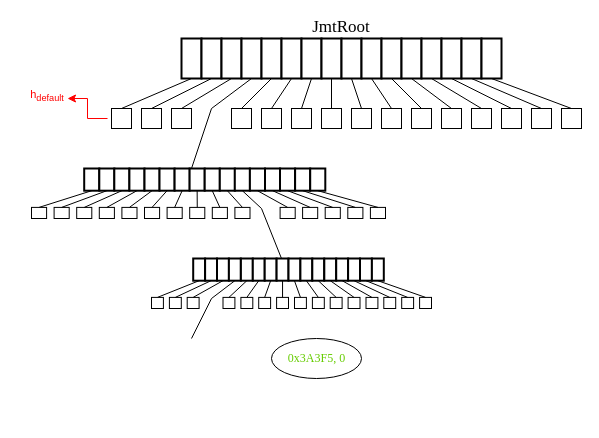
This is JMT.drawio from pietro-celati/Jellyfish-Merkle-Tree, a draw.io file, before an edit. Source tidied: cells renumbered, new cells numbered last; positions are measured from the earlier drawing's top-left corner, leaving out a move shared by most shapes. Both pictures are drawn from the tidied source at 100%, with x=0, y=0 at pixel (17, 17).
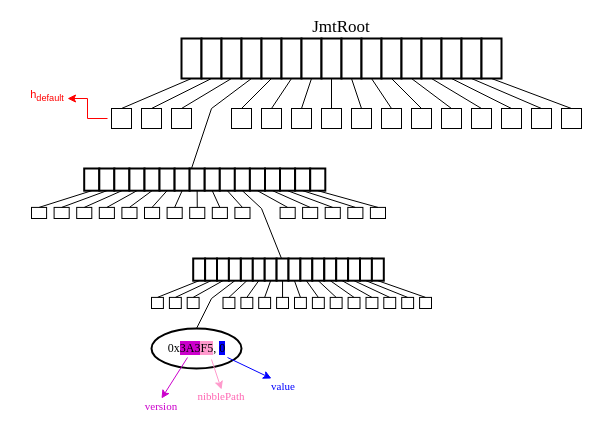
The same page after the edit.

The change refers to these unchanged cells:
```xml
<mxCell id="103" style="group;" parent="1" vertex="1">
  <mxGeometry x="134" y="241" width="280" height="50" as="geometry" />
</mxCell>
<mxCell id="108" style="rounded=0;whiteSpace=wrap;html=1;strokeWidth=2;" parent="104" vertex="1">
  <mxGeometry x="35.7" width="11.9" height="22.2" as="geometry" />
</mxCell>
```

Change to the diagram source:
```diff
@@
-    <mxCell id="127" style="endArrow=none;html=1;rounded=0;entryX=0.5;entryY=1;entryDx=0;entryDy=0;" parent="103" edge="1" target="108">
-      <mxGeometry relative="1" as="geometry">
-        <mxPoint x="40" y="80" as="sourcePoint" />
-        <Array as="points">
-          <mxPoint x="60" y="40" />
-        </Array>
-      </mxGeometry>
-    </mxCell>
@@
+    <mxCell id="127" style="endArrow=none;html=1;rounded=0;entryX=0.5;entryY=1;entryDx=0;entryDy=0;exitX=0.5;exitY=0;exitDx=0;exitDy=0;" parent="1" edge="1" source="152" target="108">
+      <mxGeometry relative="1" as="geometry">
+        <Array as="points">
+          <mxPoint x="194" y="281" />
+        </Array>
+      </mxGeometry>
+    </mxCell>
+    <mxCell id="154" style="group;" parent="1" vertex="1">
+      <mxGeometry x="134" y="311" width="90" height="40" as="geometry" />
+    </mxCell>
-    <mxCell id="152" style="ellipse;whiteSpace=wrap;html=1;" parent="1" vertex="1">
-      <mxGeometry x="254" y="321" width="90" height="40" as="geometry" />
+    <mxCell id="152" style="ellipse;whiteSpace=wrap;html=1;strokeWidth=2;" parent="154" vertex="1">
+      <mxGeometry width="90" height="40" as="geometry" />
     </mxCell>
-    <mxCell id="153" value="&lt;font face=&quot;Times New Roman&quot;&gt;0x3A3F5, 0&lt;/font&gt;" style="text;html=1;align=center;verticalAlign=middle;whiteSpace=wrap;rounded=0;fontColor=#66CC00;" parent="1" vertex="1">
-      <mxGeometry x="261.5" y="326" width="75" height="30" as="geometry" />
+    <mxCell id="153" value="&lt;font face=&quot;Times New Roman&quot;&gt;0x&lt;span style=&quot;background-color: rgb(204, 0, 204);&quot;&gt;3A3&lt;/span&gt;&lt;span style=&quot;background-color: rgb(255, 153, 204);&quot;&gt;F5&lt;/span&gt;, &lt;span style=&quot;background-color: rgb(0, 0, 255);&quot;&gt;0&lt;/span&gt;&lt;/font&gt;" style="text;html=1;align=center;verticalAlign=middle;whiteSpace=wrap;rounded=0;" parent="154" vertex="1">
+      <mxGeometry x="7.5" y="5" width="75" height="30" as="geometry" />
     </mxCell>
+    <mxCell id="155" style="endArrow=classic;html=1;rounded=0;strokeColor=#CC00CC;" parent="1" edge="1">
+      <mxGeometry relative="1" as="geometry">
+        <mxPoint x="170" y="340" as="sourcePoint" />
+        <mxPoint x="144" y="381" as="targetPoint" />
+      </mxGeometry>
+    </mxCell>
+    <mxCell id="156" value="version" style="text;html=1;align=center;verticalAlign=middle;whiteSpace=wrap;rounded=0;fontColor=#CC00CC;fontSize=11;fontFamily=Times New Roman;" parent="1" vertex="1">
+      <mxGeometry x="114" y="374" width="60" height="30" as="geometry" />
+    </mxCell>
+    <mxCell id="157" style="endArrow=classic;html=1;rounded=0;strokeColor=#FF99CC;" parent="1" edge="1">
+      <mxGeometry relative="1" as="geometry">
+        <mxPoint x="194" y="342" as="sourcePoint" />
+        <mxPoint x="204" y="372" as="targetPoint" />
+      </mxGeometry>
+    </mxCell>
+    <mxCell id="158" value="&lt;font style=&quot;&quot;&gt;nibblePath&lt;/font&gt;" style="text;html=1;align=center;verticalAlign=middle;whiteSpace=wrap;rounded=0;fontColor=#FF66B3;fontSize=11;fontFamily=Times New Roman;labelBackgroundColor=default;" parent="1" vertex="1">
+      <mxGeometry x="174" y="364" width="60" height="30" as="geometry" />
+    </mxCell>
+    <mxCell id="159" style="endArrow=classic;html=1;rounded=0;strokeColor=#0000FF;" parent="1" edge="1">
+      <mxGeometry relative="1" as="geometry">
+        <mxPoint x="210" y="340" as="sourcePoint" />
+        <mxPoint x="254" y="361" as="targetPoint" />
+      </mxGeometry>
+    </mxCell>
+    <mxCell id="160" value="&lt;font style=&quot;&quot;&gt;value&lt;/font&gt;" style="text;html=1;align=center;verticalAlign=middle;whiteSpace=wrap;rounded=0;fontColor=#0000FF;fontSize=11;fontFamily=Times New Roman;labelBackgroundColor=default;" parent="1" vertex="1">
+      <mxGeometry x="236" y="354" width="60" height="30" as="geometry" />
+    </mxCell>
```
